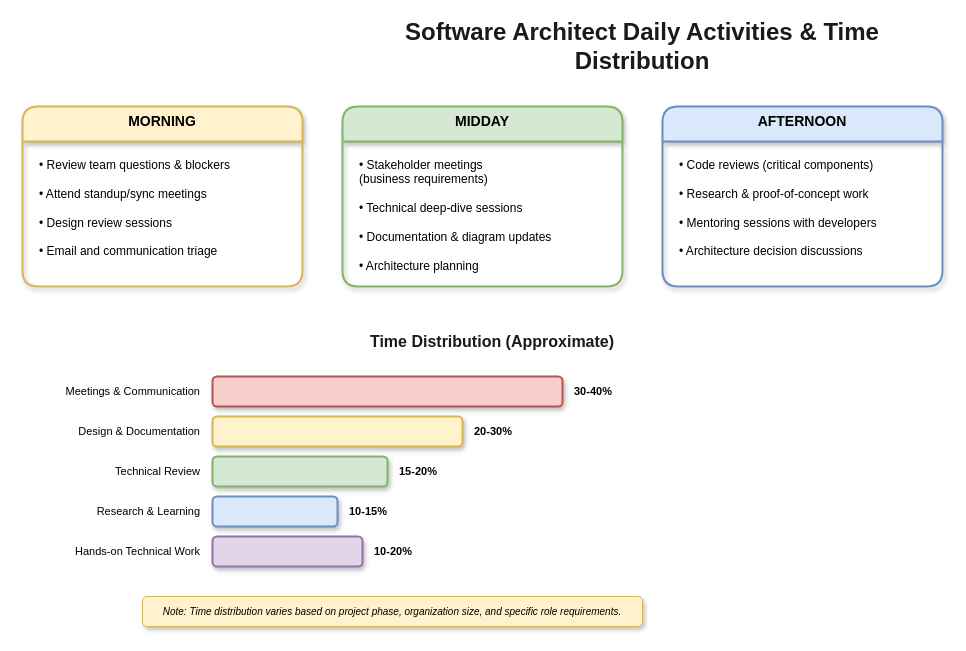
MrParkerZ7/document-lesson-software-architect-x-claude keeps this draw.io diagram as lesson-00-software-architect-overview/01-how-a-software-architect-works/1.2-daily-activities-time.drawio. Above is the earlier version. Source tidied: cells renumbered, new cells numbered last; positions are measured from the earlier drawing's top-left corner, leaving out a move shared by most shapes. Both pictures are drawn from the tidied source at 100%, with x=0, y=0 at pixel (22, 26).
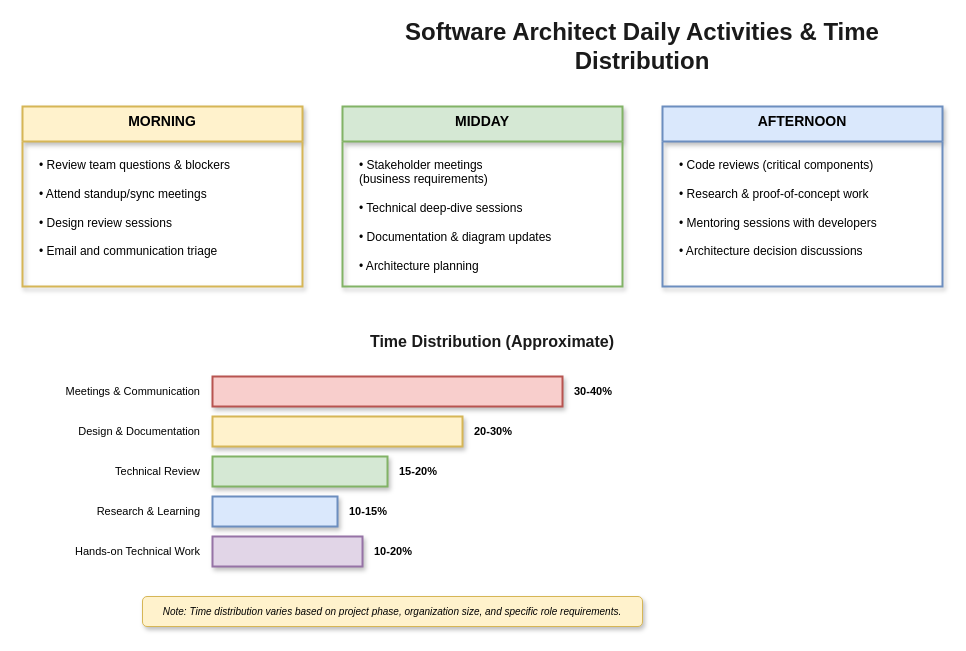
The same page after the edit.

The edit, as a diff of the source:
```diff
@@
-    <mxCell id="3" value="MORNING" style="swimlane;fontStyle=1;align=center;verticalAlign=top;horizontal=1;startSize=35;fillColor=#fff2cc;strokeColor=#d6b656;fontSize=14;rounded=1;shadow=1;strokeWidth=2;" parent="1" vertex="1">
+    <mxCell id="3" value="MORNING" style="swimlane;fontStyle=1;align=center;verticalAlign=top;horizontal=1;startSize=35;fillColor=#fff2cc;strokeColor=#d6b656;fontSize=14;rounded=0;shadow=1;strokeWidth=2;" parent="1" vertex="1">
       <mxGeometry y="80" width="280" height="180" as="geometry" />
     </mxCell>
@@
-    <mxCell id="5" value="MIDDAY" style="swimlane;fontStyle=1;align=center;verticalAlign=top;horizontal=1;startSize=35;fillColor=#d5e8d4;strokeColor=#82b366;fontSize=14;rounded=1;shadow=1;strokeWidth=2;" parent="1" vertex="1">
+    <mxCell id="5" value="MIDDAY" style="swimlane;fontStyle=1;align=center;verticalAlign=top;horizontal=1;startSize=35;fillColor=#d5e8d4;strokeColor=#82b366;fontSize=14;rounded=0;shadow=1;strokeWidth=2;" parent="1" vertex="1">
       <mxGeometry x="320" y="80" width="280" height="180" as="geometry" />
     </mxCell>
@@
-    <mxCell id="7" value="AFTERNOON" style="swimlane;fontStyle=1;align=center;verticalAlign=top;horizontal=1;startSize=35;fillColor=#dae8fc;strokeColor=#6c8ebf;fontSize=14;rounded=1;shadow=1;strokeWidth=2;" parent="1" vertex="1">
+    <mxCell id="7" value="AFTERNOON" style="swimlane;fontStyle=1;align=center;verticalAlign=top;horizontal=1;startSize=35;fillColor=#dae8fc;strokeColor=#6c8ebf;fontSize=14;rounded=0;shadow=1;strokeWidth=2;" parent="1" vertex="1">
       <mxGeometry x="640" y="80" width="280" height="180" as="geometry" />
     </mxCell>
@@
-    <mxCell id="11" style="rounded=1;whiteSpace=wrap;html=1;fillColor=#f8cecc;strokeColor=#b85450;shadow=1;strokeWidth=2;" parent="1" vertex="1">
+    <mxCell id="11" style="rounded=0;whiteSpace=wrap;html=1;fillColor=#f8cecc;strokeColor=#b85450;shadow=1;strokeWidth=2;" parent="1" vertex="1">
       <mxGeometry x="190" y="350" width="350" height="30" as="geometry" />
     </mxCell>
@@
-    <mxCell id="14" style="rounded=1;whiteSpace=wrap;html=1;fillColor=#fff2cc;strokeColor=#d6b656;shadow=1;strokeWidth=2;" parent="1" vertex="1">
+    <mxCell id="14" style="rounded=0;whiteSpace=wrap;html=1;fillColor=#fff2cc;strokeColor=#d6b656;shadow=1;strokeWidth=2;" parent="1" vertex="1">
       <mxGeometry x="190" y="390" width="250" height="30" as="geometry" />
     </mxCell>
@@
-    <mxCell id="17" style="rounded=1;whiteSpace=wrap;html=1;fillColor=#d5e8d4;strokeColor=#82b366;shadow=1;strokeWidth=2;" parent="1" vertex="1">
+    <mxCell id="17" style="rounded=0;whiteSpace=wrap;html=1;fillColor=#d5e8d4;strokeColor=#82b366;shadow=1;strokeWidth=2;" parent="1" vertex="1">
       <mxGeometry x="190" y="430" width="175" height="30" as="geometry" />
     </mxCell>
@@
-    <mxCell id="20" style="rounded=1;whiteSpace=wrap;html=1;fillColor=#dae8fc;strokeColor=#6c8ebf;shadow=1;strokeWidth=2;" parent="1" vertex="1">
+    <mxCell id="20" style="rounded=0;whiteSpace=wrap;html=1;fillColor=#dae8fc;strokeColor=#6c8ebf;shadow=1;strokeWidth=2;" parent="1" vertex="1">
       <mxGeometry x="190" y="470" width="125" height="30" as="geometry" />
     </mxCell>
@@
-    <mxCell id="23" style="rounded=1;whiteSpace=wrap;html=1;fillColor=#e1d5e7;strokeColor=#9673a6;shadow=1;strokeWidth=2;" parent="1" vertex="1">
+    <mxCell id="23" style="rounded=0;whiteSpace=wrap;html=1;fillColor=#e1d5e7;strokeColor=#9673a6;shadow=1;strokeWidth=2;" parent="1" vertex="1">
       <mxGeometry x="190" y="510" width="150" height="30" as="geometry" />
     </mxCell>
```
